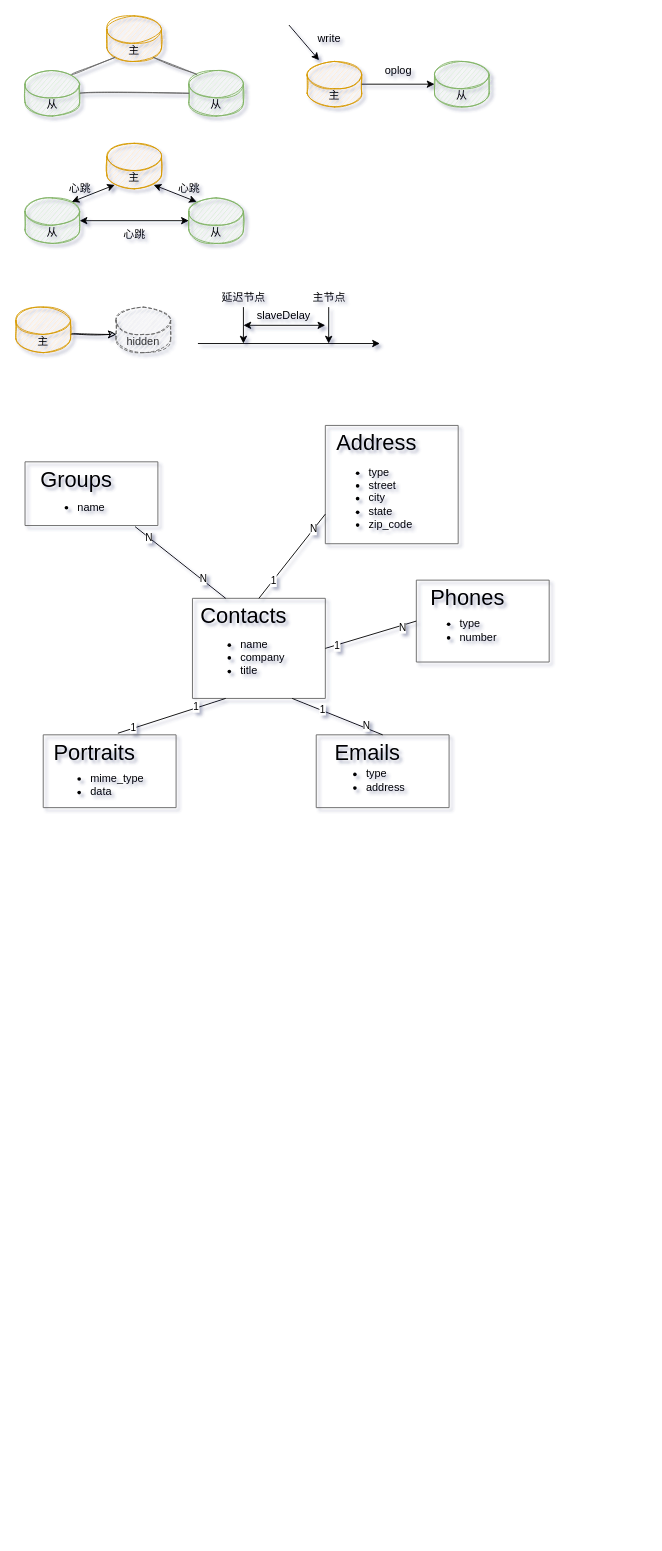
Before: diagrams/mongodb.drawio in TayeShi/Twinkle, a draw.io diagram. Source tidied: cells renumbered, new cells numbered last; positions are measured from the earlier drawing's top-left corner, leaving out a move shared by most shapes. Both pictures are drawn from the tidied source at 91%, with x=0, y=0 at pixel (15, 15).
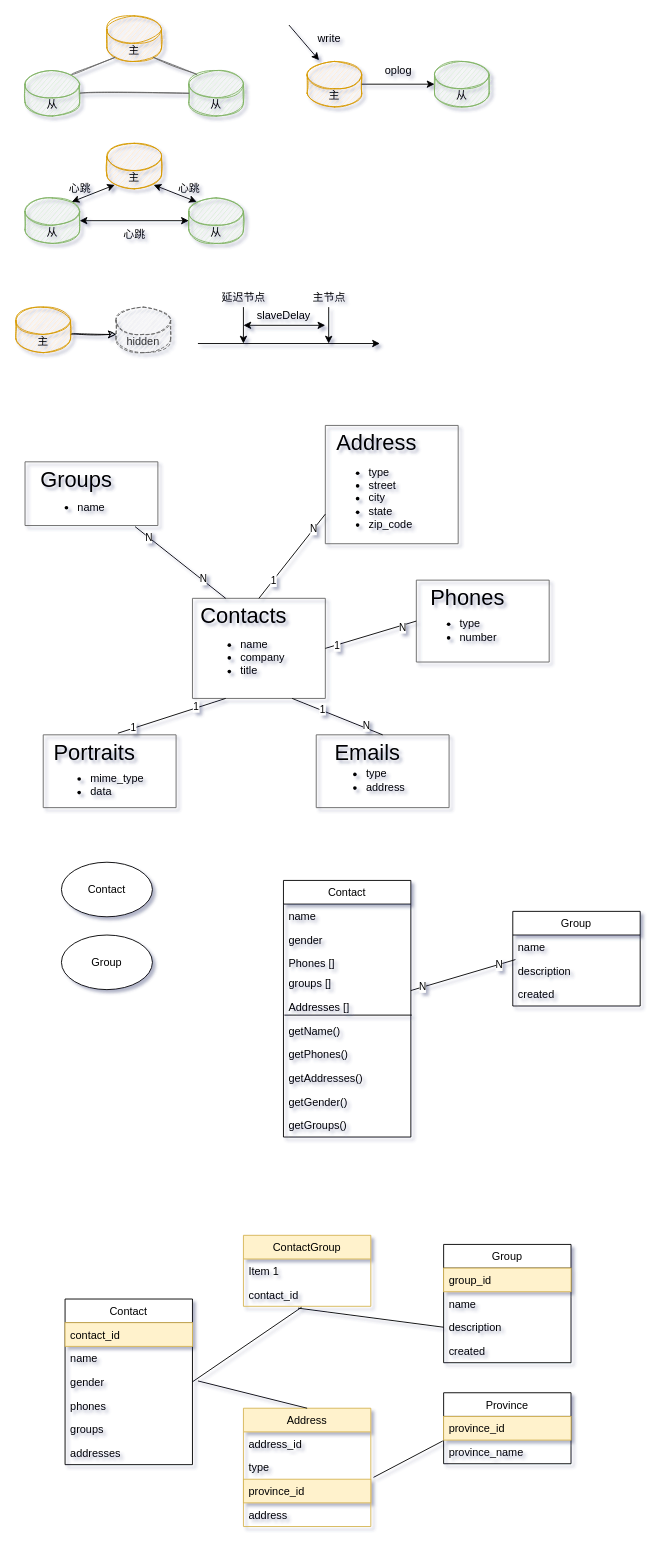
The same page after the edit.

Diff of the diagram source:
```diff
@@
+    <mxCell id="68" value="Contact" style="ellipse;whiteSpace=wrap;html=1;" parent="1" vertex="1">
+      <mxGeometry x="50" y="930" width="100" height="60" as="geometry" />
+    </mxCell>
+    <mxCell id="69" value="Group" style="ellipse;whiteSpace=wrap;html=1;" parent="1" vertex="1">
+      <mxGeometry x="50" y="1010" width="100" height="60" as="geometry" />
+    </mxCell>
+    <mxCell id="70" value="Contact" style="swimlane;fontStyle=0;horizontal=1;startSize=26;" parent="1" vertex="1">
+      <mxGeometry x="294" y="950" width="140" height="282" as="geometry" />
+    </mxCell>
+    <mxCell id="71" value="name" style="text;strokeColor=none;fillColor=none;align=left;verticalAlign=top;spacingLeft=4;spacingRight=4;overflow=hidden;" parent="70" vertex="1">
+      <mxGeometry y="26" width="140" height="26" as="geometry" />
+    </mxCell>
+    <mxCell id="72" value="gender" style="text;strokeColor=none;fillColor=none;align=left;verticalAlign=top;spacingLeft=4;spacingRight=4;overflow=hidden;" parent="70" vertex="1">
+      <mxGeometry y="52" width="140" height="26" as="geometry" />
+    </mxCell>
+    <mxCell id="73" value="Phones []" style="text;strokeColor=none;fillColor=none;align=left;verticalAlign=top;spacingLeft=4;spacingRight=4;overflow=hidden;" parent="70" vertex="1">
+      <mxGeometry y="78" width="140" height="22" as="geometry" />
+    </mxCell>
+    <mxCell id="74" value="groups []" style="text;strokeColor=none;fillColor=none;align=left;verticalAlign=top;spacingLeft=4;spacingRight=4;overflow=hidden;points=[[0,0.5],[1,0.5]];portConstraint=eastwest;" parent="70" vertex="1">
+      <mxGeometry y="100" width="140" height="26" as="geometry" />
+    </mxCell>
+    <mxCell id="75" value="Addresses []" style="text;strokeColor=none;fillColor=none;align=left;verticalAlign=top;spacingLeft=4;spacingRight=4;overflow=hidden;points=[[0,0.5],[1,0.5]];portConstraint=eastwest;" parent="70" vertex="1">
+      <mxGeometry y="126" width="140" height="26" as="geometry" />
+    </mxCell>
+    <mxCell id="76" value="getName()" style="text;strokeColor=none;fillColor=none;align=left;verticalAlign=top;spacingLeft=4;spacingRight=4;overflow=hidden;points=[[0,0.5],[1,0.5]];portConstraint=eastwest;" parent="70" vertex="1">
+      <mxGeometry y="152" width="140" height="26" as="geometry" />
+    </mxCell>
+    <mxCell id="77" value="getPhones()" style="text;strokeColor=none;fillColor=none;align=left;verticalAlign=top;spacingLeft=4;spacingRight=4;overflow=hidden;" parent="70" vertex="1">
+      <mxGeometry y="178" width="140" height="26" as="geometry" />
+    </mxCell>
+    <mxCell id="78" value="getAddresses()" style="text;strokeColor=none;fillColor=none;align=left;verticalAlign=top;spacingLeft=4;spacingRight=4;overflow=hidden;" parent="70" vertex="1">
+      <mxGeometry y="204" width="140" height="26" as="geometry" />
+    </mxCell>
+    <mxCell id="79" value="getGender()" style="text;strokeColor=none;fillColor=none;align=left;verticalAlign=top;spacingLeft=4;spacingRight=4;overflow=hidden;" parent="70" vertex="1">
+      <mxGeometry y="230" width="140" height="26" as="geometry" />
+    </mxCell>
+    <mxCell id="80" value="getGroups()" style="text;strokeColor=none;fillColor=none;align=left;verticalAlign=top;spacingLeft=4;spacingRight=4;overflow=hidden;" parent="70" vertex="1">
+      <mxGeometry y="256" width="140" height="26" as="geometry" />
+    </mxCell>
+    <mxCell id="81" style="endArrow=none;html=1;exitX=0.007;exitY=-0.154;exitDx=0;exitDy=0;entryX=1.007;entryY=0.846;entryDx=0;entryDy=0;entryPerimeter=0;exitPerimeter=0;" parent="70" edge="1" source="76" target="75">
+      <mxGeometry relative="1" as="geometry" />
+    </mxCell>
+    <mxCell id="82" value="Group" style="swimlane;fontStyle=0;horizontal=1;startSize=26;" parent="1" vertex="1">
+      <mxGeometry x="546" y="984" width="140" height="104" as="geometry" />
+    </mxCell>
+    <mxCell id="83" value="name&#10;" style="text;strokeColor=none;fillColor=none;align=left;verticalAlign=top;spacingLeft=4;spacingRight=4;overflow=hidden;" parent="82" vertex="1">
+      <mxGeometry y="26" width="140" height="26" as="geometry" />
+    </mxCell>
+    <mxCell id="84" value="description" style="text;strokeColor=none;fillColor=none;align=left;verticalAlign=top;spacingLeft=4;spacingRight=4;overflow=hidden;points=[[0,0.5],[1,0.5]];portConstraint=eastwest;" parent="82" vertex="1">
+      <mxGeometry y="52" width="140" height="26" as="geometry" />
+    </mxCell>
+    <mxCell id="85" value="created" style="text;strokeColor=none;fillColor=none;align=left;verticalAlign=top;spacingLeft=4;spacingRight=4;overflow=hidden;" parent="82" vertex="1">
+      <mxGeometry y="78" width="140" height="26" as="geometry" />
+    </mxCell>
+    <mxCell id="86" style="endArrow=none;html=1;exitX=1;exitY=0.808;exitDx=0;exitDy=0;exitPerimeter=0;entryX=0.021;entryY=0.038;entryDx=0;entryDy=0;entryPerimeter=0;" parent="1" edge="1" source="74" target="84">
+      <mxGeometry relative="1" as="geometry" />
+    </mxCell>
+    <mxCell id="87" value="N" style="edgeLabel;html=1;align=center;verticalAlign=middle;" parent="86" vertex="1">
+      <mxGeometry x="-0.78" y="1" relative="1" as="geometry" />
+    </mxCell>
+    <mxCell id="88" value="N" style="edgeLabel;html=1;align=center;verticalAlign=middle;" parent="86" vertex="1">
+      <mxGeometry x="0.69" relative="1" as="geometry" />
+    </mxCell>
+    <mxCell id="89" value="Contact" style="swimlane;fontStyle=0;horizontal=1;startSize=26;" parent="1" vertex="1">
+      <mxGeometry x="54" y="1410" width="140" height="182" as="geometry" />
+    </mxCell>
+    <mxCell id="90" value="contact_id" style="text;align=left;verticalAlign=top;spacingLeft=4;spacingRight=4;overflow=hidden;fillColor=#fff2cc;strokeColor=#d6b656;" parent="89" vertex="1">
+      <mxGeometry y="26" width="140" height="26" as="geometry" />
+    </mxCell>
+    <mxCell id="91" value="name" style="text;strokeColor=none;fillColor=none;align=left;verticalAlign=top;spacingLeft=4;spacingRight=4;overflow=hidden;" parent="89" vertex="1">
+      <mxGeometry y="52" width="140" height="26" as="geometry" />
+    </mxCell>
+    <mxCell id="92" value="gender    " style="text;strokeColor=none;fillColor=none;align=left;verticalAlign=top;spacingLeft=4;spacingRight=4;overflow=hidden;points=[[0,0.5],[1,0.5]];portConstraint=eastwest;" parent="89" vertex="1">
+      <mxGeometry y="78" width="140" height="26" as="geometry" />
+    </mxCell>
+    <mxCell id="93" value="phones" style="text;strokeColor=none;fillColor=none;align=left;verticalAlign=top;spacingLeft=4;spacingRight=4;overflow=hidden;" parent="89" vertex="1">
+      <mxGeometry y="104" width="140" height="26" as="geometry" />
+    </mxCell>
+    <mxCell id="94" value="groups" style="text;strokeColor=none;fillColor=none;align=left;verticalAlign=top;spacingLeft=4;spacingRight=4;overflow=hidden;" parent="89" vertex="1">
+      <mxGeometry y="130" width="140" height="26" as="geometry" />
+    </mxCell>
+    <mxCell id="95" value="addresses" style="text;strokeColor=none;fillColor=none;align=left;verticalAlign=top;spacingLeft=4;spacingRight=4;overflow=hidden;" parent="89" vertex="1">
+      <mxGeometry y="156" width="140" height="26" as="geometry" />
+    </mxCell>
+    <mxCell id="96" value="ContactGroup" style="swimlane;fontStyle=0;horizontal=1;startSize=26;fillColor=#fff2cc;strokeColor=#d6b656;" parent="1" vertex="1">
+      <mxGeometry x="250" y="1340" width="140" height="78" as="geometry" />
+    </mxCell>
+    <mxCell id="97" value="Item 1" style="text;strokeColor=none;fillColor=none;align=left;verticalAlign=top;spacingLeft=4;spacingRight=4;overflow=hidden;" parent="96" vertex="1">
+      <mxGeometry y="26" width="140" height="26" as="geometry" />
+    </mxCell>
+    <mxCell id="98" value="contact_id" style="text;strokeColor=none;fillColor=none;align=left;verticalAlign=top;spacingLeft=4;spacingRight=4;overflow=hidden;points=[[0,0.5],[1,0.5]];portConstraint=eastwest;" parent="96" vertex="1">
+      <mxGeometry y="52" width="140" height="26" as="geometry" />
+    </mxCell>
+    <mxCell id="99" value="Address" style="swimlane;fontStyle=0;horizontal=1;startSize=26;fillColor=#fff2cc;strokeColor=#d6b656;" parent="1" vertex="1">
+      <mxGeometry x="250" y="1530" width="140" height="130" as="geometry" />
+    </mxCell>
+    <mxCell id="100" value="address_id" style="text;strokeColor=none;fillColor=none;align=left;verticalAlign=top;spacingLeft=4;spacingRight=4;overflow=hidden;" parent="99" vertex="1">
+      <mxGeometry y="26" width="140" height="26" as="geometry" />
+    </mxCell>
+    <mxCell id="101" value="type" style="text;strokeColor=none;fillColor=none;align=left;verticalAlign=top;spacingLeft=4;spacingRight=4;overflow=hidden;" parent="99" vertex="1">
+      <mxGeometry y="52" width="140" height="26" as="geometry" />
+    </mxCell>
+    <mxCell id="102" value="province_id" style="text;strokeColor=#d6b656;fillColor=#fff2cc;align=left;verticalAlign=top;spacingLeft=4;spacingRight=4;overflow=hidden;points=[[0,0.5],[1,0.5]];portConstraint=eastwest;" parent="99" vertex="1">
+      <mxGeometry y="78" width="140" height="26" as="geometry" />
+    </mxCell>
+    <mxCell id="103" value="address" style="text;strokeColor=none;fillColor=none;align=left;verticalAlign=top;spacingLeft=4;spacingRight=4;overflow=hidden;" parent="99" vertex="1">
+      <mxGeometry y="104" width="140" height="26" as="geometry" />
+    </mxCell>
+    <mxCell id="104" value="Group" style="swimlane;fontStyle=0;horizontal=1;startSize=26;" parent="1" vertex="1">
+      <mxGeometry x="470" y="1350" width="140" height="130" as="geometry" />
+    </mxCell>
+    <mxCell id="105" value="group_id" style="text;strokeColor=#d6b656;fillColor=#fff2cc;align=left;verticalAlign=top;spacingLeft=4;spacingRight=4;overflow=hidden;" parent="104" vertex="1">
+      <mxGeometry y="26" width="140" height="26" as="geometry" />
+    </mxCell>
+    <mxCell id="106" value="name" style="text;strokeColor=none;fillColor=none;align=left;verticalAlign=top;spacingLeft=4;spacingRight=4;overflow=hidden;" parent="104" vertex="1">
+      <mxGeometry y="52" width="140" height="26" as="geometry" />
+    </mxCell>
+    <mxCell id="107" value="description" style="text;strokeColor=none;fillColor=none;align=left;verticalAlign=top;spacingLeft=4;spacingRight=4;overflow=hidden;points=[[0,0.5],[1,0.5]];portConstraint=eastwest;" parent="104" vertex="1">
+      <mxGeometry y="78" width="140" height="26" as="geometry" />
+    </mxCell>
+    <mxCell id="108" value="created" style="text;strokeColor=none;fillColor=none;align=left;verticalAlign=top;spacingLeft=4;spacingRight=4;overflow=hidden;" parent="104" vertex="1">
+      <mxGeometry y="104" width="140" height="26" as="geometry" />
+    </mxCell>
+    <mxCell id="109" value="Province" style="swimlane;fontStyle=0;horizontal=1;startSize=26;" parent="1" vertex="1">
+      <mxGeometry x="470" y="1513" width="140" height="78" as="geometry" />
+    </mxCell>
+    <mxCell id="110" value="province_id" style="text;strokeColor=#d6b656;fillColor=#fff2cc;align=left;verticalAlign=top;spacingLeft=4;spacingRight=4;overflow=hidden;" parent="109" vertex="1">
+      <mxGeometry y="26" width="140" height="26" as="geometry" />
+    </mxCell>
+    <mxCell id="111" value="province_name" style="text;strokeColor=none;fillColor=none;align=left;verticalAlign=top;spacingLeft=4;spacingRight=4;overflow=hidden;points=[[0,0.5],[1,0.5]];portConstraint=eastwest;" parent="109" vertex="1">
+      <mxGeometry y="52" width="140" height="26" as="geometry" />
+    </mxCell>
+    <mxCell id="112" style="endArrow=none;html=1;exitX=1;exitY=0.5;exitDx=0;exitDy=0;entryX=0.457;entryY=1.038;entryDx=0;entryDy=0;entryPerimeter=0;" parent="1" edge="1" source="92" target="98">
+      <mxGeometry relative="1" as="geometry" />
+    </mxCell>
+    <mxCell id="113" style="endArrow=none;html=1;exitX=0;exitY=0.5;exitDx=0;exitDy=0;" parent="1" edge="1" source="107">
+      <mxGeometry relative="1" as="geometry">
+        <mxPoint x="310" y="1420" as="targetPoint" />
+      </mxGeometry>
+    </mxCell>
+    <mxCell id="114" style="endArrow=none;html=1;exitX=1.021;exitY=-0.077;exitDx=0;exitDy=0;entryX=-0.007;entryY=0.038;entryDx=0;entryDy=0;entryPerimeter=0;exitPerimeter=0;" parent="1" edge="1" source="102" target="111">
+      <mxGeometry relative="1" as="geometry" />
+    </mxCell>
+    <mxCell id="115" style="endArrow=none;html=1;entryX=0.5;entryY=0;entryDx=0;entryDy=0;" parent="1" edge="1" target="99">
+      <mxGeometry relative="1" as="geometry">
+        <mxPoint x="200" y="1500" as="sourcePoint" />
+      </mxGeometry>
+    </mxCell>
```
